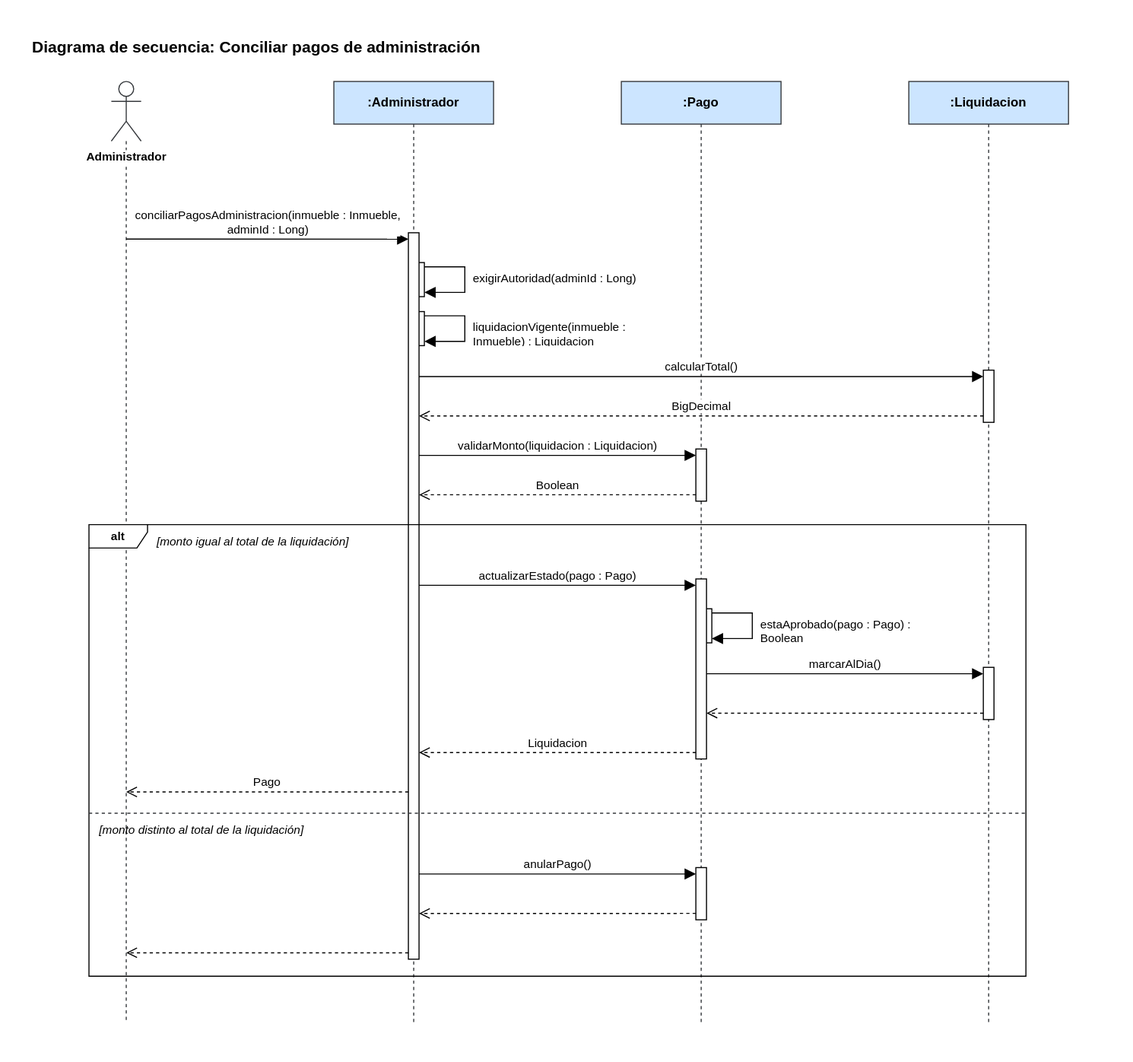
The draw.io diagram Diagramas/Secuencia/conciliar-pagos-de-administracion.svg in manuel20051208/HorizontalSoftware-Back-End, before a commit. Source tidied: cells renumbered, new cells last; positions are measured from the earlier drawing's top-left corner, leaving out a move shared by most shapes.
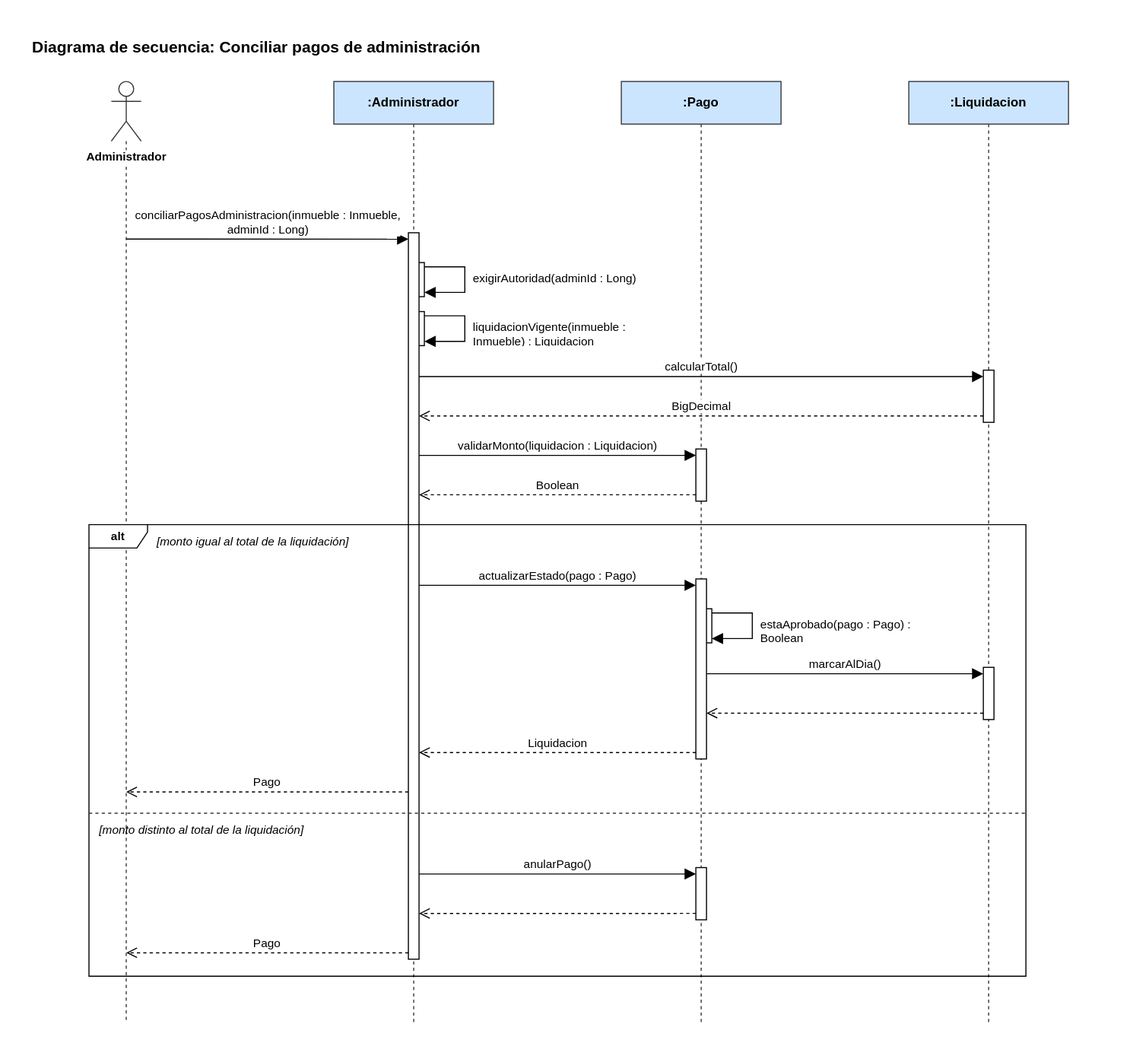
The same diagram one commit later.

Diff of the diagram source:
```diff
@@ -104,7 +104,7 @@
     <mxCell id="30" style="html=1;verticalAlign=bottom;rounded=0;fontSize=11;strokeColor=#000000;dashed=1;endArrow=open;endFill=0;endSize=8;exitX=0.0000;exitY=0.8776;exitDx=0;exitDy=0;exitPerimeter=0;entryX=1.0000;entryY=0.9370;entryDx=0;entryDy=0;entryPerimeter=0;" parent="1" edge="1" source="14" target="15">
       <mxGeometry relative="1" as="geometry" />
     </mxCell>
-    <mxCell id="31" style="html=1;verticalAlign=bottom;rounded=0;fontSize=11;strokeColor=#000000;dashed=1;endArrow=open;endFill=0;endSize=8;exitX=0.0000;exitY=0.9912;exitDx=0;exitDy=0;exitPerimeter=0;entryX=0.5000;entryY=0.9253;entryDx=0;entryDy=0;entryPerimeter=0;" parent="1" edge="1" source="15" target="3">
+    <mxCell id="31" value="Pago" style="html=1;verticalAlign=bottom;rounded=0;fontSize=11;strokeColor=#000000;dashed=1;endArrow=open;endFill=0;endSize=8;exitX=0.0000;exitY=0.9912;exitDx=0;exitDy=0;exitPerimeter=0;entryX=0.5000;entryY=0.9253;entryDx=0;entryDy=0;entryPerimeter=0;" parent="1" edge="1" source="15" target="3">
       <mxGeometry relative="1" as="geometry" />
     </mxCell>
     <mxCell id="32" value="exigirAutoridad(adminId : Long)" style="text;html=1;align=left;verticalAlign=top;whiteSpace=wrap;overflow=hidden;fontSize=11;" parent="1" vertex="1">
```
